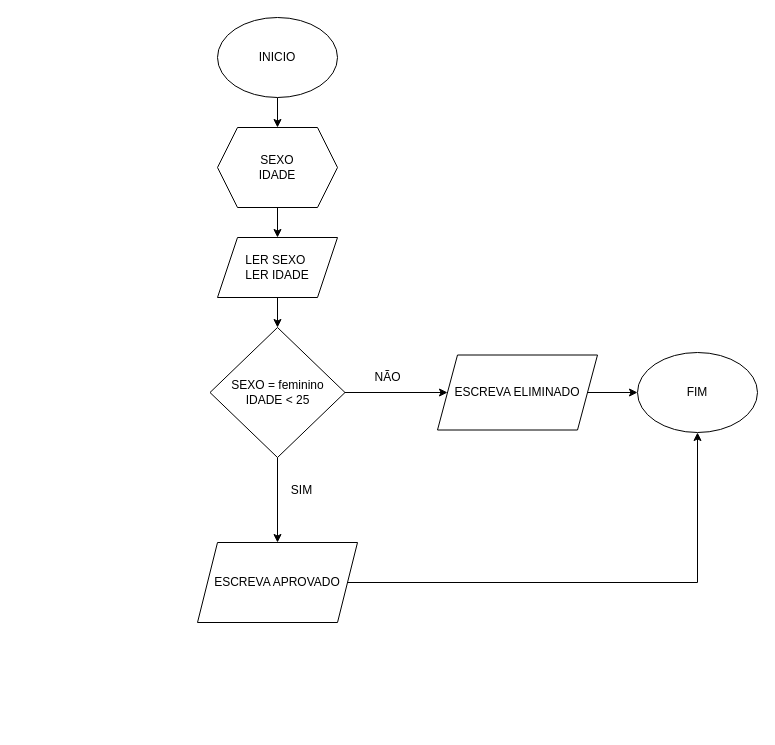
Above: InputDados.drawio in Hevee06/Projetos_Diagrama.oi (draw.io), before the change. Source tidied: cells renumbered, new cells numbered last; positions are measured from the earlier drawing's top-left corner, leaving out a move shared by most shapes. Both pictures are drawn from the tidied source at 100%, with x=0, y=0 at pixel (197, 17).
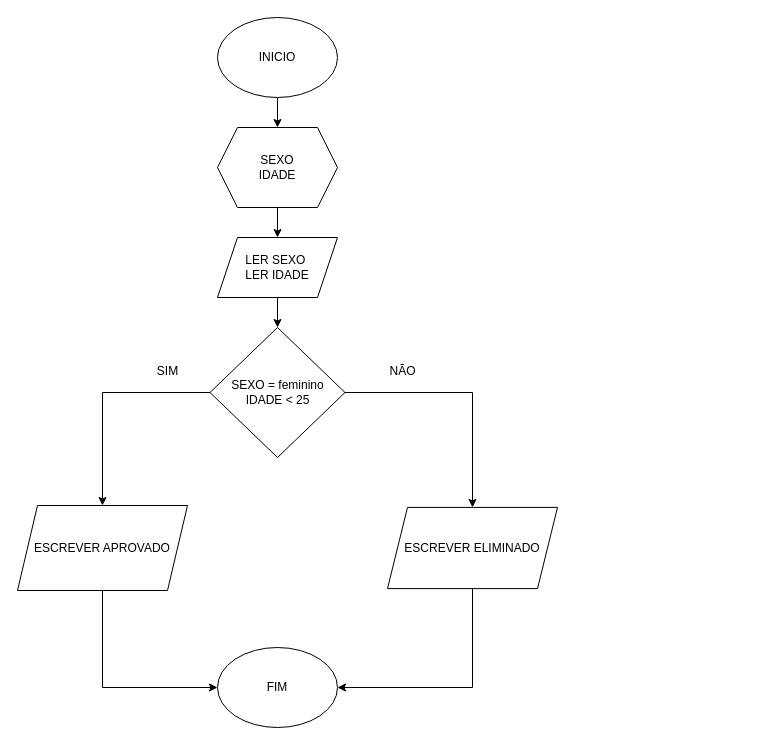
The same page after the edit.

Change to the diagram source:
```diff
@@
 <mxGraphModel>
   <root>
     <mxCell id="0" />
     <mxCell id="1" parent="0" />
     <mxCell id="2" style="edgeStyle=orthogonalEdgeStyle;rounded=0;jettySize=auto;html=1;" parent="1" edge="1" source="3" target="5">
       <mxGeometry relative="1" as="geometry" />
     </mxCell>
-    <mxCell id="3" value="INICIO" style="ellipse;whiteSpace=wrap;html=1;" parent="1" vertex="1">
+    <mxCell id="3" value="INICIO" style="ellipse;whiteSpace=wrap;html=1;rounded=0;" parent="1" vertex="1">
       <mxGeometry x="20" width="120" height="80" as="geometry" />
     </mxCell>
     <mxCell id="4" style="edgeStyle=orthogonalEdgeStyle;rounded=0;jettySize=auto;html=1;" parent="1" edge="1" source="5" target="7">
       <mxGeometry relative="1" as="geometry" />
     </mxCell>
-    <mxCell id="5" value="SEXO&lt;br&gt;IDADE" style="shape=hexagon;perimeter=hexagonPerimeter2;whiteSpace=wrap;html=1;fixedSize=1;" parent="1" vertex="1">
+    <mxCell id="5" value="SEXO&lt;br&gt;IDADE" style="shape=hexagon;perimeter=hexagonPerimeter2;whiteSpace=wrap;html=1;fixedSize=1;rounded=0;" parent="1" vertex="1">
       <mxGeometry x="20" y="110" width="120" height="80" as="geometry" />
     </mxCell>
     <mxCell id="6" style="edgeStyle=orthogonalEdgeStyle;rounded=0;jettySize=auto;html=1;" parent="1" edge="1" source="7" target="10">
       <mxGeometry relative="1" as="geometry" />
     </mxCell>
-    <mxCell id="7" value="LER SEXO&amp;nbsp;&lt;div&gt;LER IDADE&lt;/div&gt;" style="shape=parallelogram;perimeter=parallelogramPerimeter;whiteSpace=wrap;html=1;fixedSize=1;" parent="1" vertex="1">
+    <mxCell id="7" value="LER SEXO&amp;nbsp;&lt;div&gt;LER IDADE&lt;/div&gt;" style="shape=parallelogram;perimeter=parallelogramPerimeter;whiteSpace=wrap;html=1;fixedSize=1;rounded=0;" parent="1" vertex="1">
       <mxGeometry x="20" y="220" width="120" height="60" as="geometry" />
     </mxCell>
-    <mxCell id="8" style="edgeStyle=orthogonalEdgeStyle;rounded=0;jettySize=auto;html=1;" parent="1" edge="1" source="10" target="13">
-      <mxGeometry relative="1" as="geometry" />
-    </mxCell>
     <mxCell id="9" style="edgeStyle=orthogonalEdgeStyle;rounded=0;jettySize=auto;html=1;entryX=0.5;entryY=0;entryDx=0;entryDy=0;" parent="1" edge="1" source="10" target="17">
       <mxGeometry relative="1" as="geometry" />
     </mxCell>
-    <mxCell id="10" value="SEXO = feminino&lt;br&gt;IDADE &amp;lt; 25" style="rhombus;whiteSpace=wrap;html=1;" parent="1" vertex="1">
+    <mxCell id="10" value="SEXO = feminino&lt;br&gt;IDADE &amp;lt; 25" style="rhombus;whiteSpace=wrap;html=1;rounded=0;" parent="1" vertex="1">
       <mxGeometry x="12.5" y="310" width="135" height="130" as="geometry" />
     </mxCell>
-    <mxCell id="11" value="FIM" style="ellipse;whiteSpace=wrap;html=1;" parent="1" vertex="1">
-      <mxGeometry x="440" y="335" width="120" height="80" as="geometry" />
+    <mxCell id="11" value="FIM" style="ellipse;whiteSpace=wrap;html=1;rounded=0;" parent="1" vertex="1">
+      <mxGeometry x="20" y="630" width="120" height="80" as="geometry" />
     </mxCell>
-    <mxCell id="12" style="edgeStyle=orthogonalEdgeStyle;rounded=0;jettySize=auto;html=1;" parent="1" edge="1" source="13" target="11">
+    <mxCell id="12" style="edgeStyle=orthogonalEdgeStyle;rounded=0;jettySize=auto;html=1;entryX=1;entryY=0.5;entryDx=0;entryDy=0;exitX=0.5;exitY=1;exitDx=0;exitDy=0;" parent="1" edge="1" source="13" target="11">
       <mxGeometry relative="1" as="geometry" />
     </mxCell>
-    <mxCell id="13" value="ESCREVA ELIMINADO" style="shape=parallelogram;perimeter=parallelogramPerimeter;whiteSpace=wrap;html=1;fixedSize=1;" parent="1" vertex="1">
-      <mxGeometry x="240" y="337.5" width="160" height="75" as="geometry" />
+    <mxCell id="13" value="ESCREVER ELIMINADO" style="shape=parallelogram;perimeter=parallelogramPerimeter;whiteSpace=wrap;html=1;fixedSize=1;rounded=0;" parent="1" vertex="1">
+      <mxGeometry x="190" y="489.9" width="170" height="81.2" as="geometry" />
     </mxCell>
+    <mxCell id="8" style="edgeStyle=orthogonalEdgeStyle;rounded=0;hachureGap=4;jettySize=auto;html=1;fontFamily=Architects Daughter;exitX=1;exitY=0.5;exitDx=0;exitDy=0;" parent="1" edge="1" source="10" target="13">
+      <mxGeometry relative="1" as="geometry" />
+    </mxCell>
-    <mxCell id="14" value="NÃO" style="text;html=1;align=center;verticalAlign=middle;strokeColor=none;fillColor=none;" parent="1" vertex="1">
-      <mxGeometry x="165" y="345" width="50" height="30" as="geometry" />
+    <mxCell id="14" value="NÃO" style="text;html=1;align=center;verticalAlign=middle;strokeColor=none;fillColor=none;rounded=0;" parent="1" vertex="1">
+      <mxGeometry x="180" y="339" width="50" height="30" as="geometry" />
     </mxCell>
-    <mxCell id="15" value="SIM" style="text;html=1;align=center;verticalAlign=middle;strokeColor=none;fillColor=none;" parent="1" vertex="1">
-      <mxGeometry x="84" y="458" width="40" height="30" as="geometry" />
+    <mxCell id="15" value="SIM" style="text;html=1;align=center;verticalAlign=middle;strokeColor=none;fillColor=none;rounded=0;" parent="1" vertex="1">
+      <mxGeometry x="-50" y="339" width="40" height="30" as="geometry" />
     </mxCell>
-    <mxCell id="16" style="edgeStyle=orthogonalEdgeStyle;rounded=0;jettySize=auto;html=1;entryX=0.5;entryY=1;entryDx=0;entryDy=0;" parent="1" edge="1" source="17" target="11">
-      <mxGeometry relative="1" as="geometry" />
+    <mxCell id="16" style="edgeStyle=orthogonalEdgeStyle;rounded=0;jettySize=auto;html=1;entryX=0;entryY=0.5;entryDx=0;entryDy=0;" parent="1" edge="1" source="17" target="11">
+      <mxGeometry relative="1" as="geometry">
+        <Array as="points">
+          <mxPoint x="-95" y="670" />
+        </Array>
+      </mxGeometry>
     </mxCell>
-    <mxCell id="17" value="ESCREVA APROVADO" style="shape=parallelogram;perimeter=parallelogramPerimeter;whiteSpace=wrap;html=1;fixedSize=1;" parent="1" vertex="1">
-      <mxGeometry y="525" width="160" height="80" as="geometry" />
+    <mxCell id="17" value="ESCREVER APROVADO" style="shape=parallelogram;perimeter=parallelogramPerimeter;whiteSpace=wrap;html=1;fixedSize=1;rounded=0;" parent="1" vertex="1">
+      <mxGeometry x="-180" y="488" width="170" height="85" as="geometry" />
     </mxCell>
   </root>
 </mxGraphModel>
```
